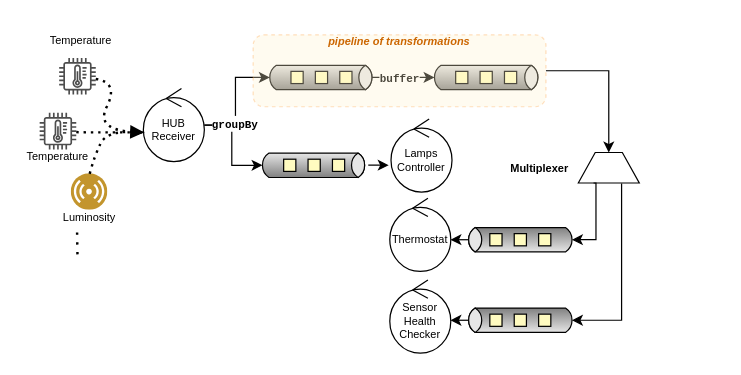
Before: page "Page-2" (2 of 2) of docs/content/res/schemas/diagrams.drawio in tassiluca/direct-style-experiments, a draw.io diagram. Source tidied: cells renumbered, new cells numbered last; positions are measured from the earlier drawing's top-left corner, leaving out a move shared by most shapes. Both pictures are drawn from the tidied source at 122%, with x=0, y=0 at pixel (21, 21).
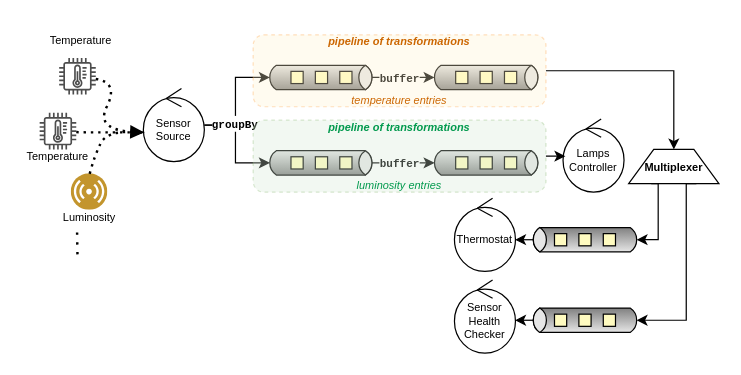
The same page after the edit.

Commit message (it also covers changes not shown here):
docs: add rears transformations and init design

Diff of the diagram source:
```diff
@@
-    <mxCell id="2" style="edgeStyle=orthogonalEdgeStyle;rounded=0;jettySize=auto;html=1;entryX=0;entryY=0.5;entryDx=2.7;entryDy=0;entryPerimeter=0;" parent="1" edge="1" source="6" target="13">
+    <mxCell id="2" style="edgeStyle=orthogonalEdgeStyle;rounded=0;jettySize=auto;html=1;entryX=0;entryY=0.5;entryDx=2.7;entryDy=0;entryPerimeter=0;" parent="1" edge="1" source="6" target="37">
       <mxGeometry relative="1" as="geometry" />
     </mxCell>
@@
-    <mxCell id="6" value="HUB&lt;br&gt;Receiver" style="ellipse;shape=umlControl;whiteSpace=wrap;html=1;fontSize=9;strokeColor=default;fillColor=none;" parent="1" vertex="1">
+    <mxCell id="6" value="Sensor&lt;br&gt;Source" style="ellipse;shape=umlControl;whiteSpace=wrap;html=1;fontSize=9;strokeColor=default;fillColor=none;" parent="1" vertex="1">
       <mxGeometry x="100" y="55" width="50" height="60" as="geometry" />
     </mxCell>
@@
     <mxCell id="11" style="strokeWidth=1;outlineConnect=0;dashed=0;align=center;html=1;fontSize=8;shape=mxgraph.eip.channel_adapter;rotation=-90;" parent="1" vertex="1">
-      <mxGeometry x="469" y="95" width="25" height="50" as="geometry" />
+      <mxGeometry x="520.8" y="82" width="28" height="74" as="geometry" />
     </mxCell>
@@
-    <mxCell id="13" style="strokeWidth=1;outlineConnect=0;dashed=0;align=center;html=1;fontSize=8;shape=mxgraph.eip.dataChannel;verticalLabelPosition=bottom;labelBackgroundColor=#ffffff;verticalAlign=top;" parent="1" vertex="1">
-      <mxGeometry x="195" y="108" width="89" height="20" as="geometry" />
-    </mxCell>
@@
     <mxCell id="19" value="&lt;font style=&quot;font-size: 9px;&quot;&gt;&lt;b&gt;Multiplexer&lt;/b&gt;&lt;/font&gt;" style="text;html=1;align=center;verticalAlign=middle;whiteSpace=wrap;rounded=0;" parent="1" vertex="1">
-      <mxGeometry x="395" y="105" width="60" height="30" as="geometry" />
+      <mxGeometry x="507" y="106.5" width="55.5" height="25" as="geometry" />
     </mxCell>
     <mxCell id="20" style="strokeWidth=1;outlineConnect=0;dashed=0;align=center;html=1;fontSize=8;shape=mxgraph.eip.dataChannel;verticalLabelPosition=bottom;labelBackgroundColor=#ffffff;verticalAlign=top;rotation=-180;" parent="1" vertex="1">
-      <mxGeometry x="364" y="235" width="90" height="20" as="geometry" />
+      <mxGeometry x="417" y="235" width="90" height="20" as="geometry" />
     </mxCell>
     <mxCell id="21" style="strokeWidth=1;outlineConnect=0;dashed=0;align=center;html=1;fontSize=8;shape=mxgraph.eip.dataChannel;verticalLabelPosition=bottom;labelBackgroundColor=#ffffff;verticalAlign=top;rotation=-180;" parent="1" vertex="1">
-      <mxGeometry x="364" y="169" width="90" height="20" as="geometry" />
+      <mxGeometry x="417" y="169" width="90" height="20" as="geometry" />
     </mxCell>
-    <mxCell id="22" style="edgeStyle=orthogonalEdgeStyle;rounded=0;jettySize=auto;html=1;exitX=0;exitY=0.5;exitDx=0;exitDy=0;exitPerimeter=0;entryX=0;entryY=0.5;entryDx=2.7;entryDy=0;entryPerimeter=0;" parent="1" edge="1" target="20">
+    <mxCell id="22" style="edgeStyle=orthogonalEdgeStyle;rounded=0;jettySize=auto;html=1;exitX=0;exitY=0.75;exitDx=0;exitDy=0;exitPerimeter=0;entryX=0;entryY=0.5;entryDx=2.7;entryDy=0;entryPerimeter=0;" parent="1" edge="1" source="11" target="20">
       <mxGeometry relative="1" as="geometry">
-        <mxPoint x="492" y="132.9" as="sourcePoint" />
         <Array as="points">
-          <mxPoint x="492" y="245" />
-          <mxPoint x="451" y="245" />
+          <mxPoint x="545" y="133" />
+          <mxPoint x="545" y="245" />
         </Array>
       </mxGeometry>
     </mxCell>
@@
     <mxCell id="29" value="Lamps&lt;br&gt;Controller" style="ellipse;shape=umlControl;whiteSpace=wrap;html=1;fontSize=9;strokeColor=default;fillColor=none;" parent="1" vertex="1">
-      <mxGeometry x="303" y="80" width="50" height="60" as="geometry" />
+      <mxGeometry x="444" y="80" width="50" height="60" as="geometry" />
     </mxCell>
     <mxCell id="30" value="Thermostat" style="ellipse;shape=umlControl;whiteSpace=wrap;html=1;fontSize=9;strokeColor=default;fillColor=none;" parent="1" vertex="1">
-      <mxGeometry x="302" y="145" width="50" height="60" as="geometry" />
+      <mxGeometry x="355" y="145" width="50" height="60" as="geometry" />
     </mxCell>
     <mxCell id="31" value="Sensor&lt;br&gt;Health&lt;br&gt;Checker" style="ellipse;shape=umlControl;whiteSpace=wrap;html=1;fontSize=9;strokeColor=default;fillColor=none;" parent="1" vertex="1">
-      <mxGeometry x="302" y="212" width="50" height="60" as="geometry" />
+      <mxGeometry x="355" y="212" width="50" height="60" as="geometry" />
     </mxCell>
     <mxCell id="32" style="edgeStyle=orthogonalEdgeStyle;rounded=0;jettySize=auto;html=1;exitX=0;exitY=0.25;exitDx=0;exitDy=0;exitPerimeter=0;entryX=0;entryY=0.5;entryDx=2.7;entryDy=0;entryPerimeter=0;" parent="1" edge="1" source="11" target="21">
       <mxGeometry relative="1" as="geometry">
         <Array as="points">
-          <mxPoint x="471" y="133" />
-          <mxPoint x="471" y="179" />
+          <mxPoint x="522" y="179" />
         </Array>
       </mxGeometry>
     </mxCell>
-    <mxCell id="33" style="edgeStyle=orthogonalEdgeStyle;rounded=0;jettySize=auto;html=1;exitX=1.004;exitY=0.496;exitDx=0;exitDy=0;exitPerimeter=0;entryX=-0.038;entryY=0.634;entryDx=0;entryDy=0;entryPerimeter=0;" parent="1" edge="1" source="13" target="29">
-      <mxGeometry relative="1" as="geometry" />
-    </mxCell>
@@
+    <mxCell id="36" value="&lt;font size=&quot;1&quot; color=&quot;#cc6600&quot; style=&quot;&quot;&gt;&lt;i style=&quot;&quot;&gt;&lt;span style=&quot;font-size: 9px;&quot;&gt;temperature entries&lt;/span&gt;&lt;/i&gt;&lt;/font&gt;" style="text;html=1;align=center;verticalAlign=middle;whiteSpace=wrap;rounded=0;" parent="1" vertex="1">
+      <mxGeometry x="190" y="59" width="240" height="10" as="geometry" />
+    </mxCell>
+    <mxCell id="37" style="strokeWidth=1;outlineConnect=0;dashed=0;align=center;html=1;fontSize=8;shape=mxgraph.eip.dataChannel;verticalLabelPosition=bottom;labelBackgroundColor=#ffffff;verticalAlign=top;" parent="1" vertex="1">
+      <mxGeometry x="201" y="106" width="89" height="20" as="geometry" />
+    </mxCell>
+    <mxCell id="38" style="strokeWidth=1;outlineConnect=0;dashed=0;align=center;html=1;fontSize=8;shape=mxgraph.eip.dataChannel;verticalLabelPosition=bottom;labelBackgroundColor=#ffffff;verticalAlign=top;" parent="1" vertex="1">
+      <mxGeometry x="336" y="106" width="90" height="20" as="geometry" />
+    </mxCell>
+    <mxCell id="39" style="edgeStyle=orthogonalEdgeStyle;rounded=0;jettySize=auto;html=1;exitX=1;exitY=0.5;exitDx=-2.7;exitDy=0;exitPerimeter=0;entryX=0;entryY=0.5;entryDx=2.7;entryDy=0;entryPerimeter=0;" parent="1" edge="1" source="37" target="38">
+      <mxGeometry relative="1" as="geometry" />
+    </mxCell>
+    <mxCell id="40" value="&lt;font face=&quot;Courier New&quot; style=&quot;font-size: 9px;&quot;&gt;&lt;b&gt;buffer&lt;/b&gt;&lt;/font&gt;" style="edgeLabel;html=1;align=center;verticalAlign=middle;" parent="39" vertex="1">
+      <mxGeometry x="-0.37" y="1" relative="1" as="geometry">
+        <mxPoint x="6" as="offset" />
+      </mxGeometry>
+    </mxCell>
+    <mxCell id="41" style="rounded=1;whiteSpace=wrap;html=1;dashed=1;fillColor=#d5e8d4;strokeColor=#82b366;opacity=30;" parent="1" vertex="1">
+      <mxGeometry x="190" y="81" width="240" height="59" as="geometry" />
+    </mxCell>
+    <mxCell id="42" value="&lt;font color=&quot;#00994d&quot; size=&quot;1&quot; style=&quot;&quot;&gt;&lt;i style=&quot;&quot;&gt;&lt;b style=&quot;font-size: 9px;&quot;&gt;pipeline of transformations&lt;/b&gt;&lt;/i&gt;&lt;/font&gt;" style="text;html=1;align=center;verticalAlign=middle;whiteSpace=wrap;rounded=0;" parent="1" vertex="1">
+      <mxGeometry x="190" y="81" width="240" height="10" as="geometry" />
+    </mxCell>
+    <mxCell id="43" value="&lt;font color=&quot;#00994d&quot; size=&quot;1&quot; style=&quot;&quot;&gt;&lt;i style=&quot;&quot;&gt;&lt;span style=&quot;font-size: 9px;&quot;&gt;luminosity entries&lt;/span&gt;&lt;/i&gt;&lt;/font&gt;" style="text;html=1;align=center;verticalAlign=middle;whiteSpace=wrap;rounded=0;" parent="1" vertex="1">
+      <mxGeometry x="190" y="129" width="240" height="10" as="geometry" />
+    </mxCell>
+    <mxCell id="44" style="edgeStyle=orthogonalEdgeStyle;rounded=0;jettySize=auto;html=1;exitX=1;exitY=0.5;exitDx=0;exitDy=0;entryX=0.039;entryY=0.509;entryDx=0;entryDy=0;entryPerimeter=0;" parent="1" edge="1" source="41" target="29">
+      <mxGeometry relative="1" as="geometry" />
+    </mxCell>
```
